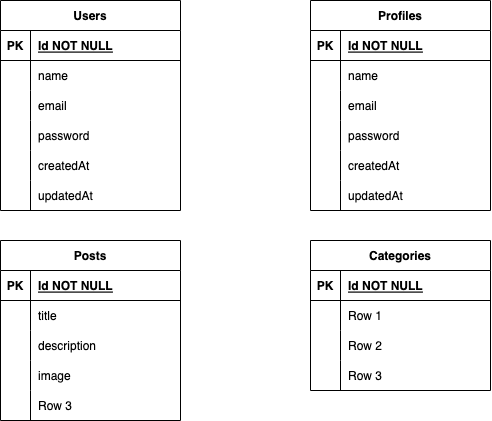
Before: db_schema.drawio.png, a diagram exported from draw.io (kevinfanggara22/pair-project-hck). Source tidied: cells renumbered, new cells last; positions are measured from the earlier drawing's top-left corner, leaving out a move shared by most shapes.
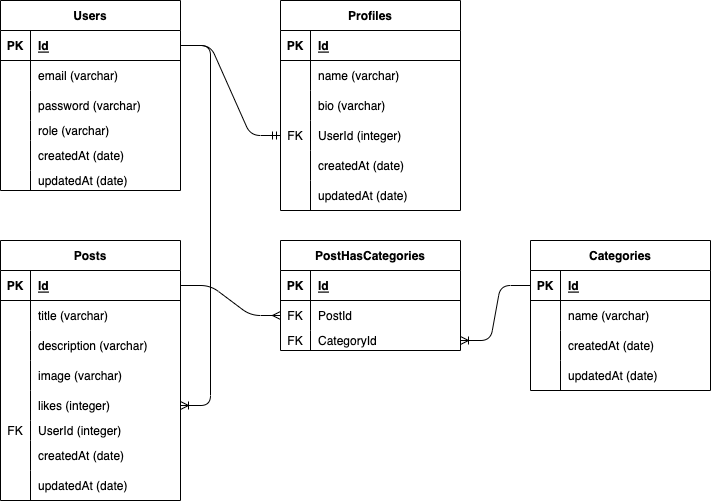
After the commit.

Change to the diagram source:
```diff
@@ -5,3 +5,3 @@
     <mxCell id="2" value="Users" style="shape=table;startSize=30;rowLines=0;fontStyle=1;align=center;" parent="1" vertex="1">
-      <mxGeometry width="180" height="210" as="geometry" />
+      <mxGeometry width="180" height="190" as="geometry" />
     </mxCell>
@@ -13,16 +13,7 @@
     </mxCell>
-    <mxCell id="5" value="Id NOT NULL" style="shape=partialRectangle;fillColor=none;top=0;left=0;bottom=0;right=0;align=left;spacingLeft=6;fontStyle=5;overflow=hidden;" parent="3" vertex="1">
+    <mxCell id="5" value="Id" style="shape=partialRectangle;fillColor=none;top=0;left=0;bottom=0;right=0;align=left;spacingLeft=6;fontStyle=5;overflow=hidden;" parent="3" vertex="1">
       <mxGeometry x="30" width="150" height="30" as="geometry" />
     </mxCell>
-    <mxCell id="6" style="shape=tableRow;horizontal=0;startSize=0;swimlaneHead=0;swimlaneBody=0;fillColor=none;points=[[0,0.5],[1,0.5]];portConstraint=eastwest;top=0;left=0;right=0;bottom=0;" parent="2" vertex="1">
-      <mxGeometry y="60" width="180" height="30" as="geometry" />
-    </mxCell>
-    <mxCell id="7" style="shape=partialRectangle;fillColor=none;top=0;left=0;bottom=0;right=0;overflow=hidden;" parent="6" vertex="1">
-      <mxGeometry width="30" height="30" as="geometry" />
-    </mxCell>
-    <mxCell id="8" value="name" style="shape=partialRectangle;fillColor=none;top=0;left=0;bottom=0;right=0;align=left;spacingLeft=6;overflow=hidden;" parent="6" vertex="1">
-      <mxGeometry x="30" width="150" height="30" as="geometry" />
-    </mxCell>
     <mxCell id="9" style="shape=tableRow;horizontal=0;startSize=0;swimlaneHead=0;swimlaneBody=0;fillColor=none;top=0;left=0;right=0;bottom=0;" parent="2" vertex="1">
-      <mxGeometry y="90" width="180" height="30" as="geometry" />
+      <mxGeometry y="60" width="180" height="30" as="geometry" />
     </mxCell>
@@ -31,3 +22,3 @@
     </mxCell>
-    <mxCell id="11" value="email" style="shape=partialRectangle;fillColor=none;top=0;left=0;bottom=0;right=0;align=left;spacingLeft=6;overflow=hidden;" parent="9" vertex="1">
+    <mxCell id="11" value="email (varchar)" style="shape=partialRectangle;fillColor=none;top=0;left=0;bottom=0;right=0;align=left;spacingLeft=6;overflow=hidden;" parent="9" vertex="1">
       <mxGeometry x="30" width="150" height="30" as="geometry" />
@@ -35,3 +26,3 @@
     <mxCell id="12" style="shape=tableRow;horizontal=0;startSize=0;swimlaneHead=0;swimlaneBody=0;fillColor=none;top=0;left=0;right=0;bottom=0;" parent="2" vertex="1">
-      <mxGeometry y="120" width="180" height="30" as="geometry" />
+      <mxGeometry y="90" width="180" height="30" as="geometry" />
     </mxCell>
@@ -40,3 +31,3 @@
     </mxCell>
-    <mxCell id="14" value="password" style="shape=partialRectangle;fillColor=none;top=0;left=0;bottom=0;right=0;align=left;spacingLeft=6;overflow=hidden;" parent="12" vertex="1">
+    <mxCell id="14" value="password (varchar)" style="shape=partialRectangle;fillColor=none;top=0;left=0;bottom=0;right=0;align=left;spacingLeft=6;overflow=hidden;" parent="12" vertex="1">
       <mxGeometry x="30" width="150" height="30" as="geometry" />
@@ -44,21 +35,30 @@
     <mxCell id="15" style="shape=tableRow;horizontal=0;startSize=0;swimlaneHead=0;swimlaneBody=0;fillColor=none;top=0;left=0;right=0;bottom=0;" parent="2" vertex="1">
-      <mxGeometry y="150" width="180" height="30" as="geometry" />
+      <mxGeometry y="120" width="180" height="20" as="geometry" />
     </mxCell>
     <mxCell id="16" style="shape=partialRectangle;fillColor=none;top=0;left=0;bottom=0;right=0;overflow=hidden;" parent="15" vertex="1">
-      <mxGeometry width="30" height="30" as="geometry" />
+      <mxGeometry width="30" height="20" as="geometry" />
     </mxCell>
-    <mxCell id="17" value="createdAt" style="shape=partialRectangle;fillColor=none;top=0;left=0;bottom=0;right=0;align=left;spacingLeft=6;overflow=hidden;" parent="15" vertex="1">
-      <mxGeometry x="30" width="150" height="30" as="geometry" />
+    <mxCell id="17" value="role (varchar)" style="shape=partialRectangle;fillColor=none;top=0;left=0;bottom=0;right=0;align=left;spacingLeft=6;overflow=hidden;" parent="15" vertex="1">
+      <mxGeometry x="30" width="150" height="20" as="geometry" />
     </mxCell>
-    <mxCell id="18" style="shape=tableRow;horizontal=0;startSize=0;swimlaneHead=0;swimlaneBody=0;fillColor=none;top=0;left=0;right=0;bottom=0;" parent="2" vertex="1">
-      <mxGeometry y="180" width="180" height="30" as="geometry" />
-    </mxCell>
-    <mxCell id="19" style="shape=partialRectangle;fillColor=none;top=0;left=0;bottom=0;right=0;overflow=hidden;" parent="18" vertex="1">
-      <mxGeometry width="30" height="30" as="geometry" />
-    </mxCell>
-    <mxCell id="20" value="updatedAt" style="shape=partialRectangle;fillColor=none;top=0;left=0;bottom=0;right=0;align=left;spacingLeft=6;overflow=hidden;" parent="18" vertex="1">
-      <mxGeometry x="30" width="150" height="30" as="geometry" />
-    </mxCell>
+    <mxCell id="69" style="shape=tableRow;horizontal=0;startSize=0;swimlaneHead=0;swimlaneBody=0;fillColor=none;top=0;left=0;right=0;bottom=0;" parent="2" vertex="1">
+      <mxGeometry y="140" width="180" height="30" as="geometry" />
+    </mxCell>
+    <mxCell id="70" style="shape=partialRectangle;fillColor=none;top=0;left=0;bottom=0;right=0;overflow=hidden;" parent="69" vertex="1">
+      <mxGeometry width="30" height="30" as="geometry" />
+    </mxCell>
+    <mxCell id="71" value="createdAt (date)" style="shape=partialRectangle;fillColor=none;top=0;left=0;bottom=0;right=0;align=left;spacingLeft=6;overflow=hidden;" parent="69" vertex="1">
+      <mxGeometry x="30" width="150" height="30" as="geometry" />
+    </mxCell>
+    <mxCell id="72" style="shape=tableRow;horizontal=0;startSize=0;swimlaneHead=0;swimlaneBody=0;fillColor=none;top=0;left=0;right=0;bottom=0;" parent="2" vertex="1">
+      <mxGeometry y="170" width="180" height="20" as="geometry" />
+    </mxCell>
+    <mxCell id="73" style="shape=partialRectangle;fillColor=none;top=0;left=0;bottom=0;right=0;overflow=hidden;" parent="72" vertex="1">
+      <mxGeometry width="30" height="20" as="geometry" />
+    </mxCell>
+    <mxCell id="74" value="updatedAt (date)" style="shape=partialRectangle;fillColor=none;top=0;left=0;bottom=0;right=0;align=left;spacingLeft=6;overflow=hidden;" parent="72" vertex="1">
+      <mxGeometry x="30" width="150" height="20" as="geometry" />
+    </mxCell>
     <mxCell id="21" value="Categories" style="shape=table;startSize=30;rowLines=0;fontStyle=1;align=center;" parent="1" vertex="1">
-      <mxGeometry x="310" y="240" width="180" height="150" as="geometry" />
+      <mxGeometry x="530" y="240" width="180" height="150" as="geometry" />
     </mxCell>
@@ -70,3 +70,3 @@
     </mxCell>
-    <mxCell id="24" value="Id NOT NULL" style="shape=partialRectangle;fillColor=none;top=0;left=0;bottom=0;right=0;align=left;spacingLeft=6;fontStyle=5;overflow=hidden;" parent="22" vertex="1">
+    <mxCell id="24" value="Id" style="shape=partialRectangle;fillColor=none;top=0;left=0;bottom=0;right=0;align=left;spacingLeft=6;fontStyle=5;overflow=hidden;" parent="22" vertex="1">
       <mxGeometry x="30" width="150" height="30" as="geometry" />
@@ -79,3 +79,3 @@
     </mxCell>
-    <mxCell id="27" value="Row 1" style="shape=partialRectangle;fillColor=none;top=0;left=0;bottom=0;right=0;align=left;spacingLeft=6;overflow=hidden;" parent="25" vertex="1">
+    <mxCell id="27" value="name (varchar)" style="shape=partialRectangle;fillColor=none;top=0;left=0;bottom=0;right=0;align=left;spacingLeft=6;overflow=hidden;" parent="25" vertex="1">
       <mxGeometry x="30" width="150" height="30" as="geometry" />
@@ -88,3 +88,3 @@
     </mxCell>
-    <mxCell id="30" value="Row 2" style="shape=partialRectangle;fillColor=none;top=0;left=0;bottom=0;right=0;align=left;spacingLeft=6;overflow=hidden;" parent="28" vertex="1">
+    <mxCell id="30" value="createdAt (date)" style="shape=partialRectangle;fillColor=none;top=0;left=0;bottom=0;right=0;align=left;spacingLeft=6;overflow=hidden;" parent="28" vertex="1">
       <mxGeometry x="30" width="150" height="30" as="geometry" />
@@ -97,3 +97,3 @@
     </mxCell>
-    <mxCell id="33" value="Row 3" style="shape=partialRectangle;fillColor=none;top=0;left=0;bottom=0;right=0;align=left;spacingLeft=6;overflow=hidden;" parent="31" vertex="1">
+    <mxCell id="33" value="updatedAt (date)" style="shape=partialRectangle;fillColor=none;top=0;left=0;bottom=0;right=0;align=left;spacingLeft=6;overflow=hidden;" parent="31" vertex="1">
       <mxGeometry x="30" width="150" height="30" as="geometry" />
@@ -101,3 +101,3 @@
     <mxCell id="34" value="Posts" style="shape=table;startSize=30;rowLines=0;fontStyle=1;align=center;" parent="1" vertex="1">
-      <mxGeometry y="240" width="180" height="180" as="geometry" />
+      <mxGeometry y="240" width="180" height="260" as="geometry" />
     </mxCell>
@@ -109,3 +109,3 @@
     </mxCell>
-    <mxCell id="37" value="Id NOT NULL" style="shape=partialRectangle;fillColor=none;top=0;left=0;bottom=0;right=0;align=left;spacingLeft=6;fontStyle=5;overflow=hidden;" parent="35" vertex="1">
+    <mxCell id="37" value="Id" style="shape=partialRectangle;fillColor=none;top=0;left=0;bottom=0;right=0;align=left;spacingLeft=6;fontStyle=5;overflow=hidden;" parent="35" vertex="1">
       <mxGeometry x="30" width="150" height="30" as="geometry" />
@@ -118,3 +118,3 @@
     </mxCell>
-    <mxCell id="40" value="title" style="shape=partialRectangle;fillColor=none;top=0;left=0;bottom=0;right=0;align=left;spacingLeft=6;overflow=hidden;" parent="38" vertex="1">
+    <mxCell id="40" value="title (varchar)" style="shape=partialRectangle;fillColor=none;top=0;left=0;bottom=0;right=0;align=left;spacingLeft=6;overflow=hidden;" parent="38" vertex="1">
       <mxGeometry x="30" width="150" height="30" as="geometry" />
@@ -127,3 +127,3 @@
     </mxCell>
-    <mxCell id="43" value="description" style="shape=partialRectangle;fillColor=none;top=0;left=0;bottom=0;right=0;align=left;spacingLeft=6;overflow=hidden;" parent="41" vertex="1">
+    <mxCell id="43" value="description (varchar)" style="shape=partialRectangle;fillColor=none;top=0;left=0;bottom=0;right=0;align=left;spacingLeft=6;overflow=hidden;" parent="41" vertex="1">
       <mxGeometry x="30" width="150" height="30" as="geometry" />
@@ -136,3 +136,3 @@
     </mxCell>
-    <mxCell id="46" value="image" style="shape=partialRectangle;fillColor=none;top=0;left=0;bottom=0;right=0;align=left;spacingLeft=6;overflow=hidden;" parent="44" vertex="1">
+    <mxCell id="46" value="image (varchar)" style="shape=partialRectangle;fillColor=none;top=0;left=0;bottom=0;right=0;align=left;spacingLeft=6;overflow=hidden;" parent="44" vertex="1">
       <mxGeometry x="30" width="150" height="30" as="geometry" />
@@ -145,7 +145,34 @@
     </mxCell>
-    <mxCell id="49" value="Row 3" style="shape=partialRectangle;fillColor=none;top=0;left=0;bottom=0;right=0;align=left;spacingLeft=6;overflow=hidden;" parent="47" vertex="1">
+    <mxCell id="49" value="likes (integer)" style="shape=partialRectangle;fillColor=none;top=0;left=0;bottom=0;right=0;align=left;spacingLeft=6;overflow=hidden;" parent="47" vertex="1">
       <mxGeometry x="30" width="150" height="30" as="geometry" />
     </mxCell>
+    <mxCell id="75" style="shape=tableRow;horizontal=0;startSize=0;swimlaneHead=0;swimlaneBody=0;fillColor=none;top=0;left=0;right=0;bottom=0;" parent="34" vertex="1">
+      <mxGeometry y="180" width="180" height="20" as="geometry" />
+    </mxCell>
+    <mxCell id="76" value="FK" style="shape=partialRectangle;fillColor=none;top=0;left=0;bottom=0;right=0;overflow=hidden;" parent="75" vertex="1">
+      <mxGeometry width="30" height="20" as="geometry" />
+    </mxCell>
+    <mxCell id="77" value="UserId (integer)" style="shape=partialRectangle;fillColor=none;top=0;left=0;bottom=0;right=0;align=left;spacingLeft=6;overflow=hidden;" parent="75" vertex="1">
+      <mxGeometry x="30" width="150" height="20" as="geometry" />
+    </mxCell>
+    <mxCell id="78" style="shape=tableRow;horizontal=0;startSize=0;swimlaneHead=0;swimlaneBody=0;fillColor=none;top=0;left=0;right=0;bottom=0;" parent="34" vertex="1">
+      <mxGeometry y="200" width="180" height="30" as="geometry" />
+    </mxCell>
+    <mxCell id="79" style="shape=partialRectangle;fillColor=none;top=0;left=0;bottom=0;right=0;overflow=hidden;" parent="78" vertex="1">
+      <mxGeometry width="30" height="30" as="geometry" />
+    </mxCell>
+    <mxCell id="80" value="createdAt (date)" style="shape=partialRectangle;fillColor=none;top=0;left=0;bottom=0;right=0;align=left;spacingLeft=6;overflow=hidden;" parent="78" vertex="1">
+      <mxGeometry x="30" width="150" height="30" as="geometry" />
+    </mxCell>
+    <mxCell id="81" style="shape=tableRow;horizontal=0;startSize=0;swimlaneHead=0;swimlaneBody=0;fillColor=none;top=0;left=0;right=0;bottom=0;" parent="34" vertex="1">
+      <mxGeometry y="230" width="180" height="30" as="geometry" />
+    </mxCell>
+    <mxCell id="82" style="shape=partialRectangle;fillColor=none;top=0;left=0;bottom=0;right=0;overflow=hidden;" parent="81" vertex="1">
+      <mxGeometry width="30" height="30" as="geometry" />
+    </mxCell>
+    <mxCell id="83" value="updatedAt (date)" style="shape=partialRectangle;fillColor=none;top=0;left=0;bottom=0;right=0;align=left;spacingLeft=6;overflow=hidden;" parent="81" vertex="1">
+      <mxGeometry x="30" width="150" height="30" as="geometry" />
+    </mxCell>
     <mxCell id="50" value="Profiles" style="shape=table;startSize=30;rowLines=0;fontStyle=1;align=center;" parent="1" vertex="1">
-      <mxGeometry x="310" width="180" height="210" as="geometry" />
+      <mxGeometry x="280" width="180" height="210" as="geometry" />
     </mxCell>
@@ -157,3 +184,3 @@
     </mxCell>
-    <mxCell id="53" value="Id NOT NULL" style="shape=partialRectangle;fillColor=none;top=0;left=0;bottom=0;right=0;align=left;spacingLeft=6;fontStyle=5;overflow=hidden;" parent="51" vertex="1">
+    <mxCell id="53" value="Id" style="shape=partialRectangle;fillColor=none;top=0;left=0;bottom=0;right=0;align=left;spacingLeft=6;fontStyle=5;overflow=hidden;" parent="51" vertex="1">
       <mxGeometry x="30" width="150" height="30" as="geometry" />
@@ -166,3 +193,3 @@
     </mxCell>
-    <mxCell id="56" value="name" style="shape=partialRectangle;fillColor=none;top=0;left=0;bottom=0;right=0;align=left;spacingLeft=6;overflow=hidden;" parent="54" vertex="1">
+    <mxCell id="56" value="name (varchar)" style="shape=partialRectangle;fillColor=none;top=0;left=0;bottom=0;right=0;align=left;spacingLeft=6;overflow=hidden;" parent="54" vertex="1">
       <mxGeometry x="30" width="150" height="30" as="geometry" />
@@ -175,21 +202,12 @@
     </mxCell>
-    <mxCell id="59" value="email" style="shape=partialRectangle;fillColor=none;top=0;left=0;bottom=0;right=0;align=left;spacingLeft=6;overflow=hidden;" parent="57" vertex="1">
+    <mxCell id="59" value="bio (varchar)" style="shape=partialRectangle;fillColor=none;top=0;left=0;bottom=0;right=0;align=left;spacingLeft=6;overflow=hidden;" parent="57" vertex="1">
       <mxGeometry x="30" width="150" height="30" as="geometry" />
     </mxCell>
-    <mxCell id="60" style="shape=tableRow;horizontal=0;startSize=0;swimlaneHead=0;swimlaneBody=0;fillColor=none;top=0;left=0;right=0;bottom=0;" parent="50" vertex="1">
-      <mxGeometry y="120" width="180" height="30" as="geometry" />
-    </mxCell>
-    <mxCell id="61" style="shape=partialRectangle;fillColor=none;top=0;left=0;bottom=0;right=0;overflow=hidden;" parent="60" vertex="1">
-      <mxGeometry width="30" height="30" as="geometry" />
-    </mxCell>
-    <mxCell id="62" value="password" style="shape=partialRectangle;fillColor=none;top=0;left=0;bottom=0;right=0;align=left;spacingLeft=6;overflow=hidden;" parent="60" vertex="1">
-      <mxGeometry x="30" width="150" height="30" as="geometry" />
-    </mxCell>
     <mxCell id="63" style="shape=tableRow;horizontal=0;startSize=0;swimlaneHead=0;swimlaneBody=0;fillColor=none;points=[[0,0.5],[1,0.5]];portConstraint=eastwest;top=0;left=0;right=0;bottom=0;" parent="50" vertex="1">
-      <mxGeometry y="150" width="180" height="30" as="geometry" />
+      <mxGeometry y="120" width="180" height="30" as="geometry" />
     </mxCell>
-    <mxCell id="64" style="shape=partialRectangle;fillColor=none;top=0;left=0;bottom=0;right=0;overflow=hidden;" parent="63" vertex="1">
+    <mxCell id="64" value="FK" style="shape=partialRectangle;fillColor=none;top=0;left=0;bottom=0;right=0;overflow=hidden;" parent="63" vertex="1">
       <mxGeometry width="30" height="30" as="geometry" />
     </mxCell>
-    <mxCell id="65" value="createdAt" style="shape=partialRectangle;fillColor=none;top=0;left=0;bottom=0;right=0;align=left;spacingLeft=6;overflow=hidden;" parent="63" vertex="1">
+    <mxCell id="65" value="UserId (integer)" style="shape=partialRectangle;fillColor=none;top=0;left=0;bottom=0;right=0;align=left;spacingLeft=6;overflow=hidden;" parent="63" vertex="1">
       <mxGeometry x="30" width="150" height="30" as="geometry" />
@@ -197,3 +215,3 @@
     <mxCell id="66" style="shape=tableRow;horizontal=0;startSize=0;swimlaneHead=0;swimlaneBody=0;fillColor=none;top=0;left=0;right=0;bottom=0;" parent="50" vertex="1">
-      <mxGeometry y="180" width="180" height="30" as="geometry" />
+      <mxGeometry y="150" width="180" height="30" as="geometry" />
     </mxCell>
@@ -202,5 +220,56 @@
     </mxCell>
-    <mxCell id="68" value="updatedAt" style="shape=partialRectangle;fillColor=none;top=0;left=0;bottom=0;right=0;align=left;spacingLeft=6;overflow=hidden;" parent="66" vertex="1">
+    <mxCell id="68" value="createdAt (date)" style="shape=partialRectangle;fillColor=none;top=0;left=0;bottom=0;right=0;align=left;spacingLeft=6;overflow=hidden;" parent="66" vertex="1">
       <mxGeometry x="30" width="150" height="30" as="geometry" />
     </mxCell>
+    <mxCell id="18" style="shape=tableRow;horizontal=0;startSize=0;swimlaneHead=0;swimlaneBody=0;fillColor=none;top=0;left=0;right=0;bottom=0;" parent="50" vertex="1">
+      <mxGeometry y="180" width="180" height="30" as="geometry" />
+    </mxCell>
+    <mxCell id="84" style="shape=partialRectangle;fillColor=none;top=0;left=0;bottom=0;right=0;overflow=hidden;" parent="18" vertex="1">
+      <mxGeometry width="30" height="30" as="geometry" />
+    </mxCell>
+    <mxCell id="85" value="updatedAt (date)" style="shape=partialRectangle;fillColor=none;top=0;left=0;bottom=0;right=0;align=left;spacingLeft=6;overflow=hidden;" parent="18" vertex="1">
+      <mxGeometry x="30" width="150" height="30" as="geometry" />
+    </mxCell>
+    <mxCell id="86" value="PostHasCategories" style="shape=table;startSize=30;rowLines=0;fontStyle=1;align=center;" parent="1" vertex="1">
+      <mxGeometry x="280" y="240" width="180" height="110" as="geometry" />
+    </mxCell>
+    <mxCell id="87" style="shape=tableRow;horizontal=0;startSize=0;swimlaneHead=0;swimlaneBody=0;fillColor=none;top=0;left=0;right=0;bottom=1;" parent="86" vertex="1">
+      <mxGeometry y="30" width="180" height="30" as="geometry" />
+    </mxCell>
+    <mxCell id="88" value="PK" style="shape=partialRectangle;fillColor=none;top=0;left=0;bottom=0;right=0;fontStyle=1;overflow=hidden;" parent="87" vertex="1">
+      <mxGeometry width="30" height="30" as="geometry" />
+    </mxCell>
+    <mxCell id="89" value="Id" style="shape=partialRectangle;fillColor=none;top=0;left=0;bottom=0;right=0;align=left;spacingLeft=6;fontStyle=5;overflow=hidden;" parent="87" vertex="1">
+      <mxGeometry x="30" width="150" height="30" as="geometry" />
+    </mxCell>
+    <mxCell id="6" style="shape=tableRow;horizontal=0;startSize=0;swimlaneHead=0;swimlaneBody=0;fillColor=none;points=[[0,0.5],[1,0.5]];portConstraint=eastwest;top=0;left=0;right=0;bottom=0;" parent="86" vertex="1">
+      <mxGeometry y="60" width="180" height="30" as="geometry" />
+    </mxCell>
+    <mxCell id="90" value="FK" style="shape=partialRectangle;fillColor=none;top=0;left=0;bottom=0;right=0;overflow=hidden;" parent="6" vertex="1">
+      <mxGeometry width="30" height="30" as="geometry" />
+    </mxCell>
+    <mxCell id="91" value="PostId" style="shape=partialRectangle;fillColor=none;top=0;left=0;bottom=0;right=0;align=left;spacingLeft=6;overflow=hidden;" parent="6" vertex="1">
+      <mxGeometry x="30" width="150" height="30" as="geometry" />
+    </mxCell>
+    <mxCell id="92" style="shape=tableRow;horizontal=0;startSize=0;swimlaneHead=0;swimlaneBody=0;fillColor=none;points=[[0,0.5],[1,0.5]];portConstraint=eastwest;top=0;left=0;right=0;bottom=0;" parent="86" vertex="1">
+      <mxGeometry y="90" width="180" height="20" as="geometry" />
+    </mxCell>
+    <mxCell id="93" value="FK" style="shape=partialRectangle;fillColor=none;top=0;left=0;bottom=0;right=0;overflow=hidden;" parent="92" vertex="1">
+      <mxGeometry width="30" height="20" as="geometry" />
+    </mxCell>
+    <mxCell id="94" value="CategoryId" style="shape=partialRectangle;fillColor=none;top=0;left=0;bottom=0;right=0;align=left;spacingLeft=6;overflow=hidden;" parent="92" vertex="1">
+      <mxGeometry x="30" width="150" height="20" as="geometry" />
+    </mxCell>
+    <mxCell id="95" style="edgeStyle=entityRelationEdgeStyle;fontSize=12;html=1;endArrow=ERoneToMany;" parent="1" edge="1" source="3" target="47">
+      <mxGeometry relative="1" as="geometry" />
+    </mxCell>
+    <mxCell id="96" style="edgeStyle=entityRelationEdgeStyle;fontSize=12;html=1;endArrow=ERmany;" parent="1" edge="1" source="35" target="6">
+      <mxGeometry relative="1" as="geometry" />
+    </mxCell>
+    <mxCell id="97" style="edgeStyle=entityRelationEdgeStyle;fontSize=12;html=1;endArrow=ERoneToMany;exitX=0;exitY=0.5;exitDx=0;exitDy=0;" parent="1" edge="1" source="22" target="92">
+      <mxGeometry relative="1" as="geometry" />
+    </mxCell>
+    <mxCell id="98" style="edgeStyle=entityRelationEdgeStyle;fontSize=12;html=1;endArrow=ERmandOne;entryX=0;entryY=0.5;entryDx=0;entryDy=0;" parent="1" edge="1" source="3" target="63">
+      <mxGeometry relative="1" as="geometry" />
+    </mxCell>
   </root>
```
